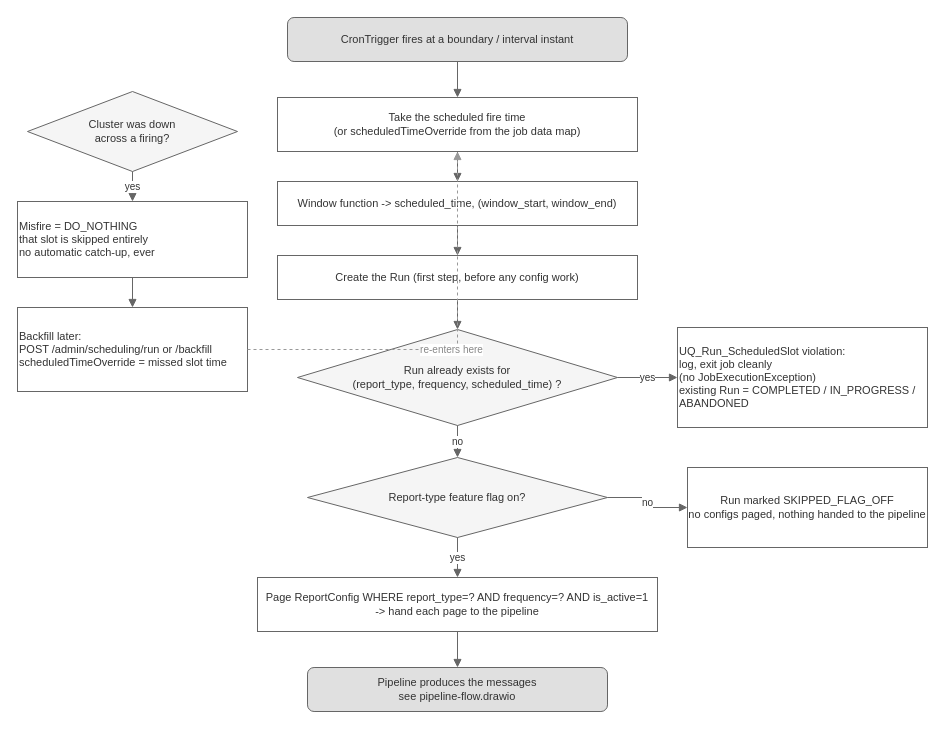
This is page "2 - Scheduled job lifecycle" (2 of 4) of supervisor-project/02-design/scheduling/scheduling-flow.drawio from vijaykumarn/research, a draw.io file, before an edit. Source tidied: cells renumbered, new cells numbered last; positions are measured from the earlier drawing's top-left corner, leaving out a move shared by most shapes. Both pictures are drawn from the tidied source at 100%, with x=0, y=0 at pixel (17, 17).
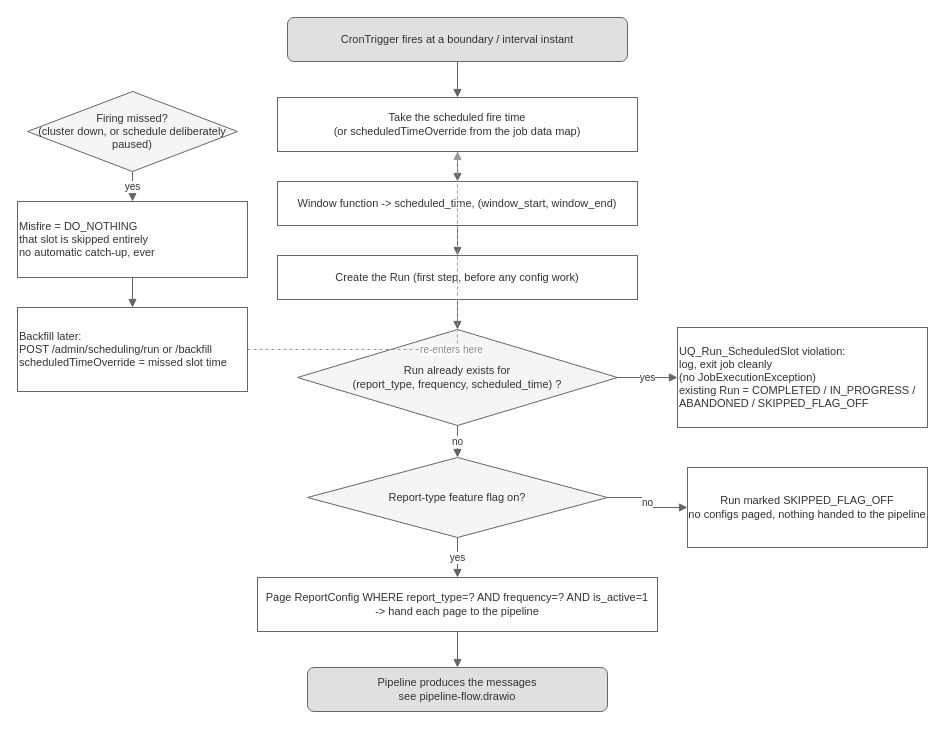
Above is the later version.

The edit, as a diff of the source:
```diff
@@
-    <mxCell id="7" value="UQ_Run_ScheduledSlot violation:&#10;log, exit job cleanly&#10;(no JobExecutionException)&#10;existing Run = COMPLETED / IN_PROGRESS / ABANDONED" style="rounded=0;whiteSpace=wrap;html=1;fillColor=#ffffff;strokeColor=#666666;fontColor=#333333;fontSize=11;align=left;" parent="1" vertex="1">
+    <mxCell id="7" value="UQ_Run_ScheduledSlot violation:&#10;log, exit job cleanly&#10;(no JobExecutionException)&#10;existing Run = COMPLETED / IN_PROGRESS / ABANDONED / SKIPPED_FLAG_OFF" style="rounded=0;whiteSpace=wrap;html=1;fillColor=#ffffff;strokeColor=#666666;fontColor=#333333;fontSize=11;align=left;" parent="1" vertex="1">
       <mxGeometry x="660" y="310" width="250" height="100" as="geometry" />
     </mxCell>
@@
-    <mxCell id="10" value="Cluster was down&#10;across a firing?" style="rhombus;whiteSpace=wrap;html=1;fillColor=#f5f5f5;strokeColor=#666666;fontColor=#333333;fontSize=11;" parent="1" vertex="1">
+    <mxCell id="10" value="Firing missed?&#10;(cluster down, or schedule deliberately paused)" style="rhombus;whiteSpace=wrap;html=1;fillColor=#f5f5f5;strokeColor=#666666;fontColor=#333333;fontSize=11;" parent="1" vertex="1">
       <mxGeometry x="10" y="74" width="210" height="80" as="geometry" />
     </mxCell>
```
